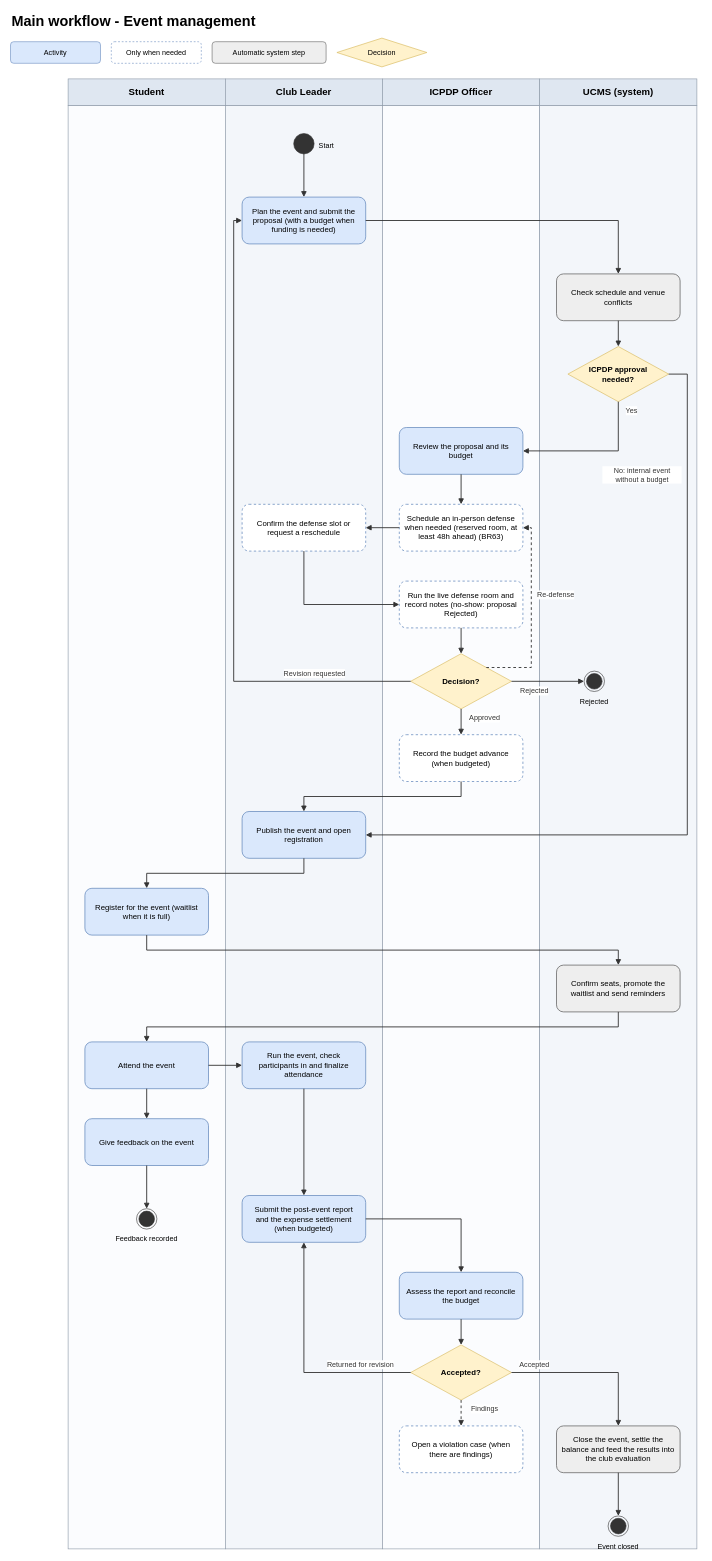
Above: page "07 Event management" (7 of 7) of docs/03-diagrams/UCMS_Main_Workflow.drawio in nvdekay/ClubManagementSystem (draw.io), before the change. Source tidied: cells renumbered, new cells numbered last; positions are measured from the earlier drawing's top-left corner, leaving out a move shared by most shapes. Both pictures are drawn from the tidied source at 60%, with x=0, y=0 at pixel (10, 10).
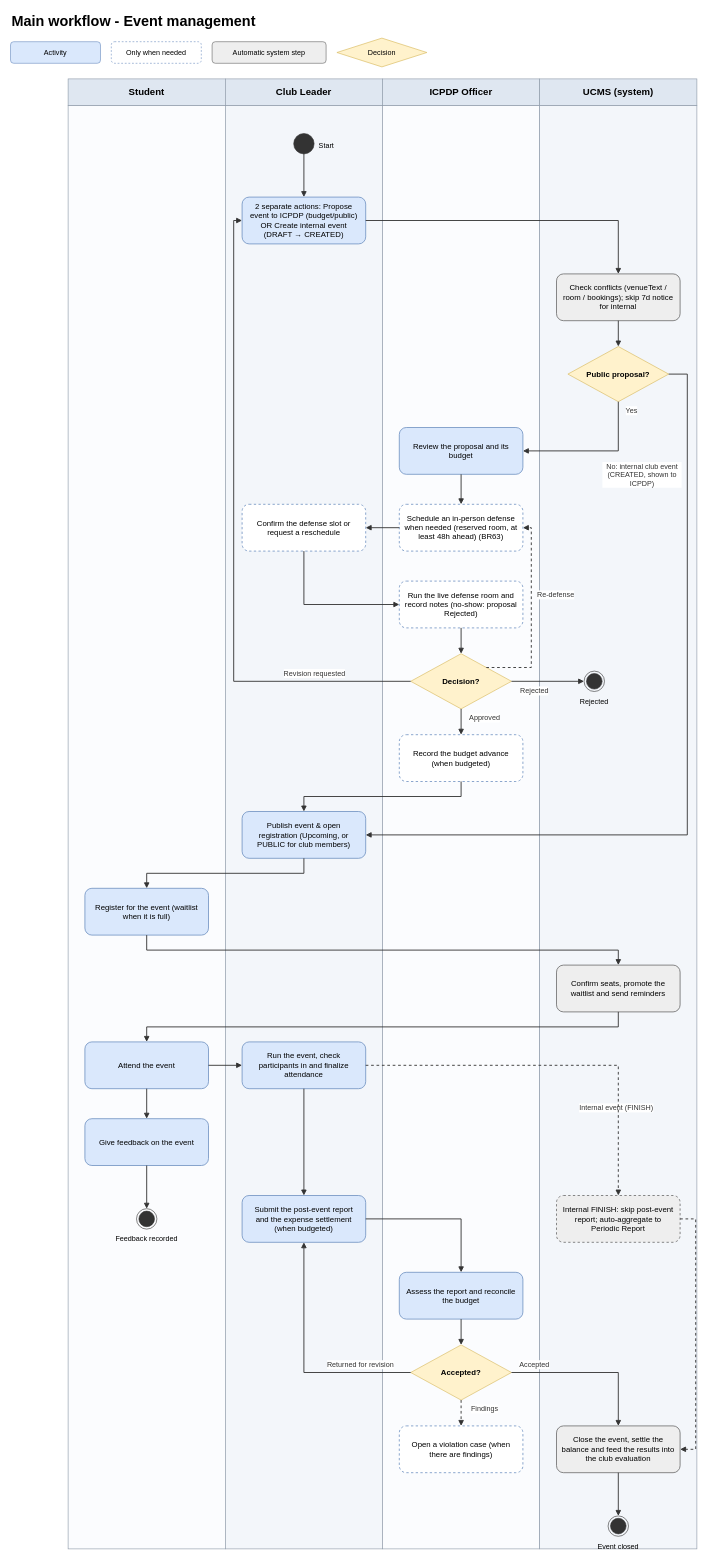
After the change.

Commit message (it also covers changes not shown here):
docs(diagrams): update event lifecycle and internal club event diagrams

The change refers to these unchanged cells:
```xml
<mxCell id="29" value="Run the event, check participants in and finalize attendance" style="rounded=1;whiteSpace=wrap;html=1;fillColor=#dae8fc;strokeColor=#6c8ebf;fontSize=13;strokeWidth=1.3;spacing=10;" parent="1" vertex="1">
  <mxGeometry x="386" y="1719" width="206" height="78" as="geometry" />
</mxCell>
<mxCell id="37" value="Close the event, settle the balance and feed the results into the club evaluation" style="rounded=1;whiteSpace=wrap;html=1;fillColor=#eeeeee;strokeColor=#666666;fontSize=13;strokeWidth=1.3;spacing=10;" parent="1" vertex="1">
  <mxGeometry x="910" y="2359" width="206" height="78" as="geometry" />
</mxCell>
```

Change to the diagram source:
```diff
@@
-    <mxCell id="17" value="Plan the event and submit the proposal (with a budget when funding is needed)" style="rounded=1;whiteSpace=wrap;html=1;fillColor=#dae8fc;strokeColor=#6c8ebf;fontSize=13;strokeWidth=1.3;spacing=10;" parent="1" vertex="1">
+    <mxCell id="17" value="2 separate actions: Propose event to ICPDP (budget/public) OR Create internal event (DRAFT → CREATED)" style="rounded=1;whiteSpace=wrap;html=1;fillColor=#dae8fc;strokeColor=#6c8ebf;fontSize=13;strokeWidth=1.3;spacing=10;" parent="1" vertex="1">
       <mxGeometry x="386" y="311" width="206" height="78" as="geometry" />
     </mxCell>
-    <mxCell id="18" value="Check schedule and venue conflicts" style="rounded=1;whiteSpace=wrap;html=1;fillColor=#eeeeee;strokeColor=#666666;fontSize=13;strokeWidth=1.3;spacing=10;" parent="1" vertex="1">
+    <mxCell id="18" value="Check conflicts (venueText / room / bookings); skip 7d notice for internal" style="rounded=1;whiteSpace=wrap;html=1;fillColor=#eeeeee;strokeColor=#666666;fontSize=13;strokeWidth=1.3;spacing=10;" parent="1" vertex="1">
       <mxGeometry x="910" y="439" width="206" height="78" as="geometry" />
     </mxCell>
-    <mxCell id="19" value="ICPDP approval needed?" style="rhombus;whiteSpace=wrap;html=1;fillColor=#fff2cc;strokeColor=#d6b656;fontSize=13;fontStyle=1;spacingLeft=26;spacingRight=26;" parent="1" vertex="1">
+    <mxCell id="19" value="Public proposal?" style="rhombus;whiteSpace=wrap;html=1;fillColor=#fff2cc;strokeColor=#d6b656;fontSize=13;fontStyle=1;spacingLeft=26;spacingRight=26;" parent="1" vertex="1">
       <mxGeometry x="929" y="560" width="168" height="92" as="geometry" />
     </mxCell>
@@
-    <mxCell id="25" value="Publish the event and open registration" style="rounded=1;whiteSpace=wrap;html=1;fillColor=#dae8fc;strokeColor=#6c8ebf;fontSize=13;strokeWidth=1.3;spacing=10;" parent="1" vertex="1">
+    <mxCell id="25" value="Publish event &amp; open registration (Upcoming, or PUBLIC for club members)" style="rounded=1;whiteSpace=wrap;html=1;fillColor=#dae8fc;strokeColor=#6c8ebf;fontSize=13;strokeWidth=1.3;spacing=10;" parent="1" vertex="1">
       <mxGeometry x="386" y="1335" width="206" height="78" as="geometry" />
     </mxCell>
@@
-    <mxCell id="41" value="No: internal event without a budget" style="text;html=1;whiteSpace=wrap;align=center;verticalAlign=middle;fontSize=12;fontColor=#333333;labelBackgroundColor=#ffffff;" parent="1" vertex="1">
-      <mxGeometry x="986" y="756" width="134" height="36" as="geometry" />
+    <mxCell id="41" value="No: internal club event (CREATED, shown to ICPDP)" style="text;html=1;whiteSpace=wrap;align=center;verticalAlign=middle;fontSize=12;fontColor=#333333;labelBackgroundColor=#ffffff;" parent="1" vertex="1">
+      <mxGeometry x="986" y="752" width="134" height="44" as="geometry" />
     </mxCell>
@@
+    <mxCell id="79" value="Internal FINISH: skip post-event report; auto-aggregate to Periodic Report" style="rounded=1;whiteSpace=wrap;html=1;fillColor=#eeeeee;strokeColor=#666666;fontSize=13;strokeWidth=1.3;spacing=10;dashed=1;" parent="1" vertex="1">
+      <mxGeometry x="910" y="1975" width="206" height="78" as="geometry" />
+    </mxCell>
+    <mxCell id="80" value="Internal event (FINISH)" style="text;html=1;whiteSpace=wrap;align=center;verticalAlign=middle;fontSize=12;fontColor=#333333;labelBackgroundColor=#ffffff;" parent="1" vertex="1">
+      <mxGeometry x="940" y="1819" width="140" height="20" as="geometry" />
+    </mxCell>
+    <mxCell id="81" style="endArrow=block;endFill=1;html=1;rounded=0;strokeColor=#333333;strokeWidth=1.5;exitX=1;exitY=0.5;entryX=0.5;entryY=0;dashed=1;" parent="1" edge="1" source="29" target="79">
+      <mxGeometry relative="1" as="geometry">
+        <Array as="points">
+          <mxPoint x="1013" y="1758" />
+        </Array>
+      </mxGeometry>
+    </mxCell>
+    <mxCell id="82" style="endArrow=block;endFill=1;html=1;rounded=0;strokeColor=#333333;strokeWidth=1.5;exitX=1;exitY=0.5;entryX=1;entryY=0.5;dashed=1;" parent="1" edge="1" source="79" target="37">
+      <mxGeometry relative="1" as="geometry">
+        <Array as="points">
+          <mxPoint x="1142" y="2014" />
+          <mxPoint x="1142" y="2398" />
+        </Array>
+      </mxGeometry>
+    </mxCell>
```
